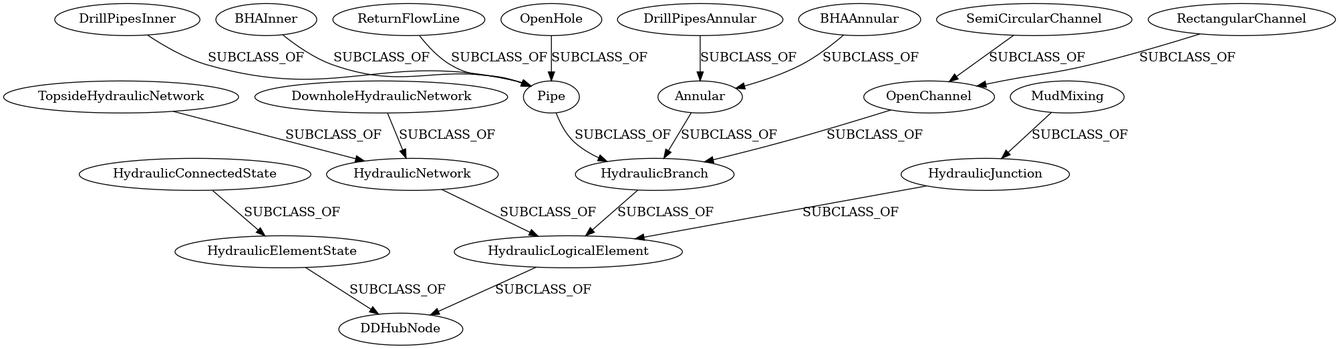
Above: docs/vocabulary_development/diagrams/generated/Hydraulics.png in D-WIS/DDHub-Semantic-Interoperability (Graphviz), before the change. Its source is kept beside it as docs/vocabulary_development/dotfiles/Hydraulics.dot. Its diagram source:
```dot
strict digraph  {
SemiCircularChannel;
BHAAnnular;
Annular;
OpenHole;
HydraulicJunction;
TopsideHydraulicNetwork;
DrillPipesInner;
DDHubNode;
OpenChannel;
RectangularChannel;
HydraulicBranch;
DownholeHydraulicNetwork;
BHAInner;
HydraulicConnectedState;
HydraulicLogicalElement;
MudMixing;
DrillPipesAnnular;
HydraulicNetwork;
HydraulicElementState;
Pipe;
ReturnFlowLine;
SemiCircularChannel -> OpenChannel  [label=SUBCLASS_OF];
BHAAnnular -> Annular  [label=SUBCLASS_OF];
Annular -> HydraulicBranch  [label=SUBCLASS_OF];
OpenHole -> Pipe  [label=SUBCLASS_OF];
HydraulicJunction -> HydraulicLogicalElement  [label=SUBCLASS_OF];
TopsideHydraulicNetwork -> HydraulicNetwork  [label=SUBCLASS_OF];
DrillPipesInner -> Pipe  [label=SUBCLASS_OF];
OpenChannel -> HydraulicBranch  [label=SUBCLASS_OF];
RectangularChannel -> OpenChannel  [label=SUBCLASS_OF];
HydraulicBranch -> HydraulicLogicalElement  [label=SUBCLASS_OF];
DownholeHydraulicNetwork -> HydraulicNetwork  [label=SUBCLASS_OF];
BHAInner -> Pipe  [label=SUBCLASS_OF];
HydraulicConnectedState -> HydraulicElementState  [label=SUBCLASS_OF];
HydraulicLogicalElement -> DDHubNode  [label=SUBCLASS_OF];
MudMixing -> HydraulicJunction  [label=SUBCLASS_OF];
DrillPipesAnnular -> Annular  [label=SUBCLASS_OF];
HydraulicNetwork -> HydraulicLogicalElement  [label=SUBCLASS_OF];
HydraulicElementState -> DDHubNode  [label=SUBCLASS_OF];
Pipe -> HydraulicBranch  [label=SUBCLASS_OF];
ReturnFlowLine -> Pipe  [label=SUBCLASS_OF];
}
```
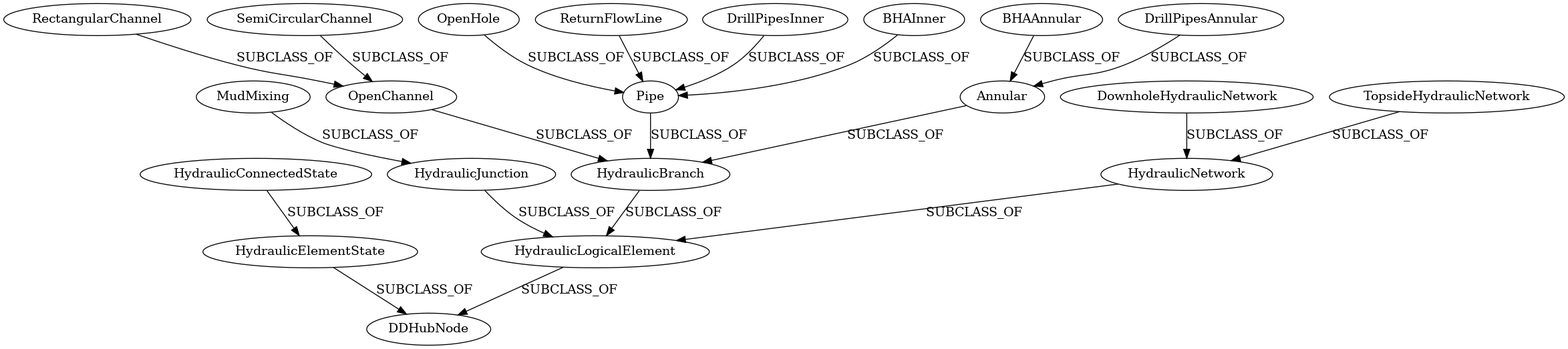
Later version of the same file.

The edit, as a diff of the source:
```diff
@@ -1,43 +1,43 @@
 strict digraph  {
-SemiCircularChannel;
-BHAAnnular;
-Annular;
-OpenHole;
-HydraulicJunction;
-TopsideHydraulicNetwork;
-DrillPipesInner;
-DDHubNode;
-OpenChannel;
 RectangularChannel;
 HydraulicBranch;
+OpenChannel;
+DrillPipesInner;
+BHAInner;
+MudMixing;
+HydraulicNetwork;
+Annular;
+HydraulicLogicalElement;
+OpenHole;
 DownholeHydraulicNetwork;
-BHAInner;
+BHAAnnular;
 HydraulicConnectedState;
-HydraulicLogicalElement;
-MudMixing;
+TopsideHydraulicNetwork;
+HydraulicJunction;
+DDHubNode;
+HydraulicElementState;
+ReturnFlowLine;
 DrillPipesAnnular;
-HydraulicNetwork;
-HydraulicElementState;
+SemiCircularChannel;
 Pipe;
-ReturnFlowLine;
-SemiCircularChannel -> OpenChannel  [label=SUBCLASS_OF];
-BHAAnnular -> Annular  [label=SUBCLASS_OF];
-Annular -> HydraulicBranch  [label=SUBCLASS_OF];
-OpenHole -> Pipe  [label=SUBCLASS_OF];
-HydraulicJunction -> HydraulicLogicalElement  [label=SUBCLASS_OF];
-TopsideHydraulicNetwork -> HydraulicNetwork  [label=SUBCLASS_OF];
-DrillPipesInner -> Pipe  [label=SUBCLASS_OF];
-OpenChannel -> HydraulicBranch  [label=SUBCLASS_OF];
 RectangularChannel -> OpenChannel  [label=SUBCLASS_OF];
 HydraulicBranch -> HydraulicLogicalElement  [label=SUBCLASS_OF];
+OpenChannel -> HydraulicBranch  [label=SUBCLASS_OF];
+DrillPipesInner -> Pipe  [label=SUBCLASS_OF];
+BHAInner -> Pipe  [label=SUBCLASS_OF];
+MudMixing -> HydraulicJunction  [label=SUBCLASS_OF];
+HydraulicNetwork -> HydraulicLogicalElement  [label=SUBCLASS_OF];
+Annular -> HydraulicBranch  [label=SUBCLASS_OF];
+HydraulicLogicalElement -> DDHubNode  [label=SUBCLASS_OF];
+OpenHole -> Pipe  [label=SUBCLASS_OF];
 DownholeHydraulicNetwork -> HydraulicNetwork  [label=SUBCLASS_OF];
-BHAInner -> Pipe  [label=SUBCLASS_OF];
+BHAAnnular -> Annular  [label=SUBCLASS_OF];
 HydraulicConnectedState -> HydraulicElementState  [label=SUBCLASS_OF];
-HydraulicLogicalElement -> DDHubNode  [label=SUBCLASS_OF];
-MudMixing -> HydraulicJunction  [label=SUBCLASS_OF];
+TopsideHydraulicNetwork -> HydraulicNetwork  [label=SUBCLASS_OF];
+HydraulicJunction -> HydraulicLogicalElement  [label=SUBCLASS_OF];
+HydraulicElementState -> DDHubNode  [label=SUBCLASS_OF];
+ReturnFlowLine -> Pipe  [label=SUBCLASS_OF];
 DrillPipesAnnular -> Annular  [label=SUBCLASS_OF];
-HydraulicNetwork -> HydraulicLogicalElement  [label=SUBCLASS_OF];
-HydraulicElementState -> DDHubNode  [label=SUBCLASS_OF];
+SemiCircularChannel -> OpenChannel  [label=SUBCLASS_OF];
 Pipe -> HydraulicBranch  [label=SUBCLASS_OF];
-ReturnFlowLine -> Pipe  [label=SUBCLASS_OF];
 }
```
